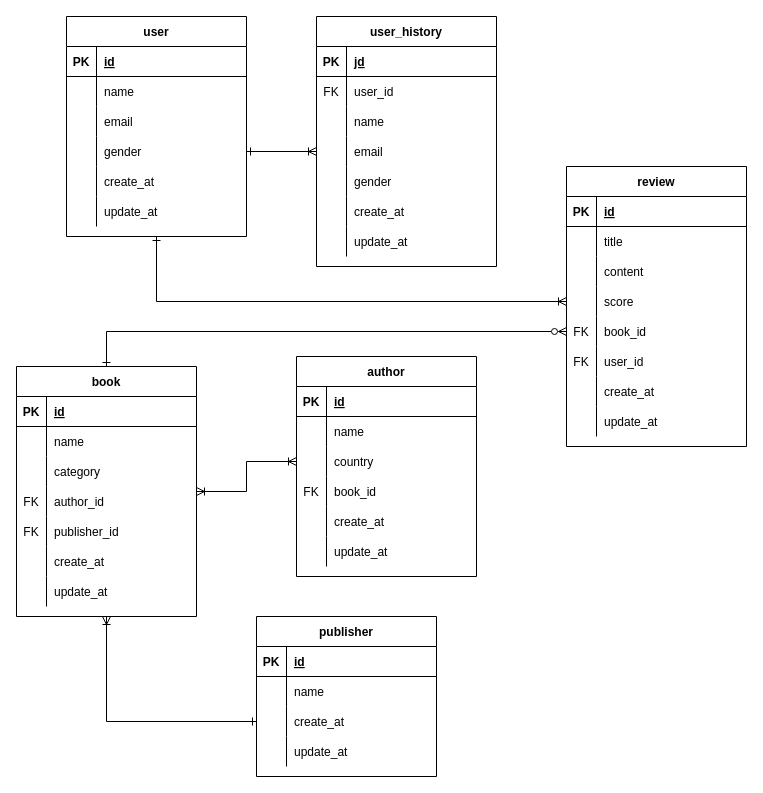
Earlier version of the draw.io diagram 제목 없는 다이어그램.drawio (xg1988/cmn-admin01). Source tidied: cells renumbered, new cells numbered last; positions are measured from the earlier drawing's top-left corner, leaving out a move shared by most shapes. Both pictures are drawn from the tidied source at 100%, with x=0, y=0 at pixel (16, 16).
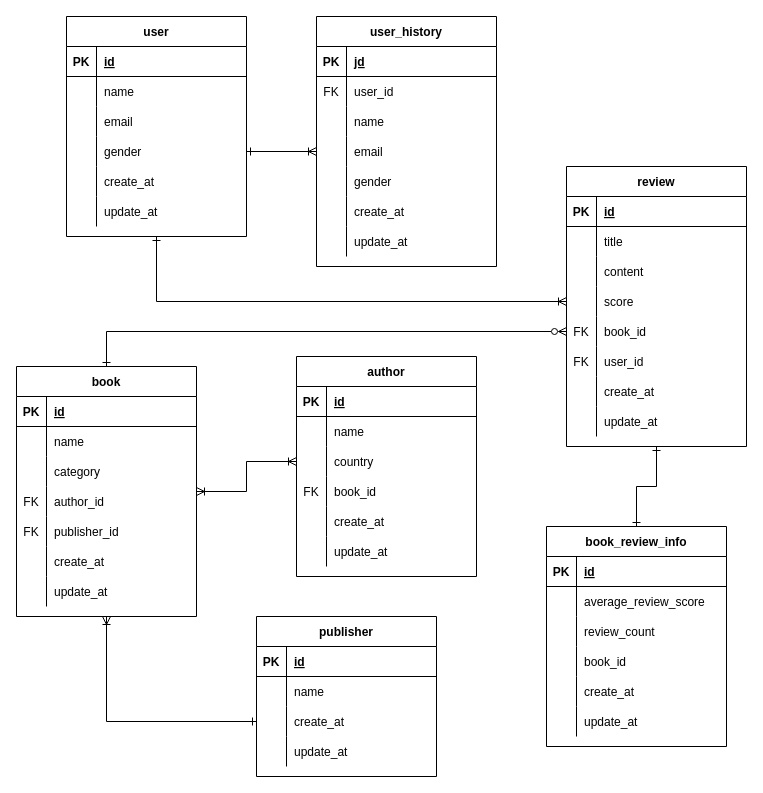
After the change.

Commit message (it also covers changes not shown here):
제목 없는 다이어그램.drawio 업데이트

The change refers to these unchanged cells:
```xml
<mxCell id="102" value="review" style="shape=table;startSize=30;childLayout=tableLayout;rowLines=0;fontStyle=1;align=center;" parent="1" vertex="1">
  <mxGeometry x="550" y="150" width="180" height="280" as="geometry" />
</mxCell>
```

Change to the diagram source:
```diff
@@
+    <mxCell id="127" style="edgeStyle=orthogonalEdgeStyle;rounded=0;jettySize=auto;html=1;entryX=0.5;entryY=0;entryDx=0;entryDy=0;startArrow=ERone;startFill=0;endArrow=ERone;endFill=0;" parent="1" edge="1" source="102" target="128">
+      <mxGeometry relative="1" as="geometry" />
+    </mxCell>
@@
+    <mxCell id="128" value="book_review_info" style="shape=table;startSize=30;childLayout=tableLayout;rowLines=0;fontStyle=1;align=center;" parent="1" vertex="1">
+      <mxGeometry x="530" y="510" width="180" height="220" as="geometry" />
+    </mxCell>
+    <mxCell id="129" style="shape=tableRow;horizontal=0;startSize=0;swimlaneHead=0;swimlaneBody=0;fillColor=none;top=0;left=0;right=0;bottom=1;" parent="128" vertex="1">
+      <mxGeometry y="30" width="180" height="30" as="geometry" />
+    </mxCell>
+    <mxCell id="130" value="PK" style="shape=partialRectangle;fillColor=none;top=0;left=0;bottom=0;right=0;fontStyle=1;overflow=hidden;" parent="129" vertex="1">
+      <mxGeometry width="30" height="30" as="geometry" />
+    </mxCell>
+    <mxCell id="131" value="id" style="shape=partialRectangle;fillColor=none;top=0;left=0;bottom=0;right=0;align=left;spacingLeft=6;fontStyle=5;overflow=hidden;" parent="129" vertex="1">
+      <mxGeometry x="30" width="150" height="30" as="geometry" />
+    </mxCell>
+    <mxCell id="132" style="shape=tableRow;horizontal=0;startSize=0;swimlaneHead=0;swimlaneBody=0;fillColor=none;top=0;left=0;right=0;bottom=0;" parent="128" vertex="1">
+      <mxGeometry y="60" width="180" height="30" as="geometry" />
+    </mxCell>
+    <mxCell id="133" style="shape=partialRectangle;fillColor=none;top=0;left=0;bottom=0;right=0;overflow=hidden;" parent="132" vertex="1">
+      <mxGeometry width="30" height="30" as="geometry" />
+    </mxCell>
+    <mxCell id="134" value="average_review_score" style="shape=partialRectangle;fillColor=none;top=0;left=0;bottom=0;right=0;align=left;spacingLeft=6;overflow=hidden;" parent="132" vertex="1">
+      <mxGeometry x="30" width="150" height="30" as="geometry" />
+    </mxCell>
+    <mxCell id="135" style="shape=tableRow;horizontal=0;startSize=0;swimlaneHead=0;swimlaneBody=0;fillColor=none;top=0;left=0;right=0;bottom=0;" parent="128" vertex="1">
+      <mxGeometry y="90" width="180" height="30" as="geometry" />
+    </mxCell>
+    <mxCell id="136" style="shape=partialRectangle;fillColor=none;top=0;left=0;bottom=0;right=0;overflow=hidden;" parent="135" vertex="1">
+      <mxGeometry width="30" height="30" as="geometry" />
+    </mxCell>
+    <mxCell id="137" value="review_count" style="shape=partialRectangle;fillColor=none;top=0;left=0;bottom=0;right=0;align=left;spacingLeft=6;overflow=hidden;" parent="135" vertex="1">
+      <mxGeometry x="30" width="150" height="30" as="geometry" />
+    </mxCell>
+    <mxCell id="138" style="shape=tableRow;horizontal=0;startSize=0;swimlaneHead=0;swimlaneBody=0;fillColor=none;top=0;left=0;right=0;bottom=0;" parent="128" vertex="1">
+      <mxGeometry y="120" width="180" height="30" as="geometry" />
+    </mxCell>
+    <mxCell id="139" style="shape=partialRectangle;fillColor=none;top=0;left=0;bottom=0;right=0;overflow=hidden;" parent="138" vertex="1">
+      <mxGeometry width="30" height="30" as="geometry" />
+    </mxCell>
+    <mxCell id="140" value="book_id" style="shape=partialRectangle;fillColor=none;top=0;left=0;bottom=0;right=0;align=left;spacingLeft=6;overflow=hidden;" parent="138" vertex="1">
+      <mxGeometry x="30" width="150" height="30" as="geometry" />
+    </mxCell>
+    <mxCell id="141" style="shape=tableRow;horizontal=0;startSize=0;swimlaneHead=0;swimlaneBody=0;fillColor=none;top=0;left=0;right=0;bottom=0;" parent="128" vertex="1">
+      <mxGeometry y="150" width="180" height="30" as="geometry" />
+    </mxCell>
+    <mxCell id="142" style="shape=partialRectangle;fillColor=none;top=0;left=0;bottom=0;right=0;overflow=hidden;" parent="141" vertex="1">
+      <mxGeometry width="30" height="30" as="geometry" />
+    </mxCell>
+    <mxCell id="143" value="create_at" style="shape=partialRectangle;fillColor=none;top=0;left=0;bottom=0;right=0;align=left;spacingLeft=6;overflow=hidden;" parent="141" vertex="1">
+      <mxGeometry x="30" width="150" height="30" as="geometry" />
+    </mxCell>
+    <mxCell id="144" style="shape=tableRow;horizontal=0;startSize=0;swimlaneHead=0;swimlaneBody=0;fillColor=none;top=0;left=0;right=0;bottom=0;" parent="128" vertex="1">
+      <mxGeometry y="180" width="180" height="30" as="geometry" />
+    </mxCell>
+    <mxCell id="145" style="shape=partialRectangle;fillColor=none;top=0;left=0;bottom=0;right=0;overflow=hidden;" parent="144" vertex="1">
+      <mxGeometry width="30" height="30" as="geometry" />
+    </mxCell>
+    <mxCell id="146" value="update_at" style="shape=partialRectangle;fillColor=none;top=0;left=0;bottom=0;right=0;align=left;spacingLeft=6;overflow=hidden;" parent="144" vertex="1">
+      <mxGeometry x="30" width="150" height="30" as="geometry" />
+    </mxCell>
```
